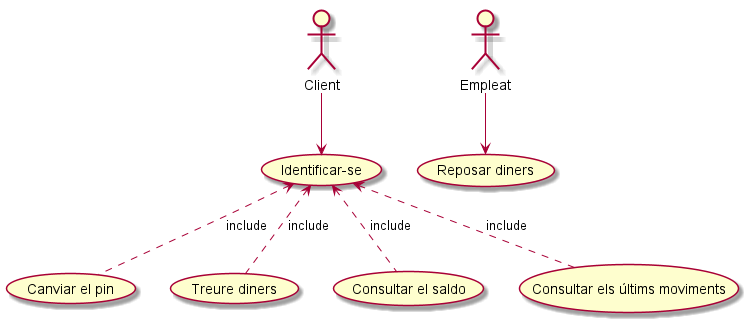
The PlantUML diagram M5/AEA.3.2.2. Avançat Diagrames de casos d'ús/img/Caixer.png in saracaparros/DAW, before a commit.
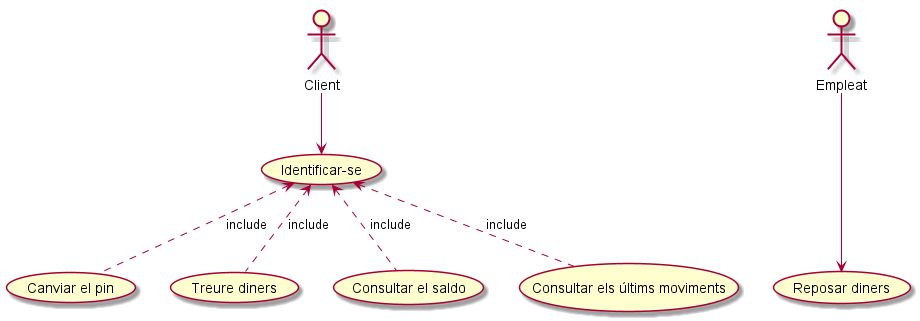
The same file after the commit.

Change to the diagram source:
```diff
@@ -8,6 +8,6 @@
 I <.. (Treure diners) : include
 I <.. (Consultar el saldo) : include
 I <.. (Consultar els últims moviments): include
-E --> (Reposar diners)
+E ---> (Reposar diners)
 
 @enduml
```
